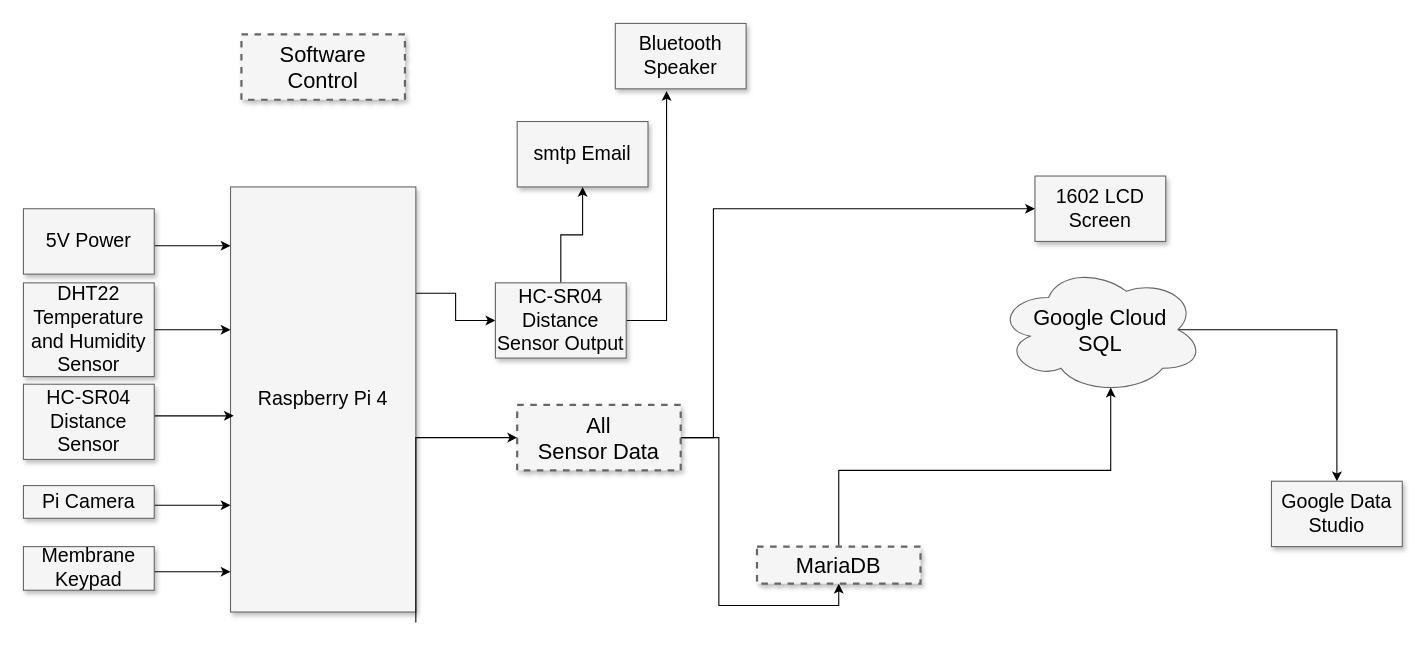
The draw.io diagram P1_Alarm_Block.drawio in Michael-Q-Ly/EE4201_IoT_Alarm_Clock, before the edit. Source tidied: cells renumbered, new cells numbered last; positions are measured from the earlier drawing's top-left corner, leaving out a move shared by most shapes. Both pictures are drawn from the tidied source at 109%, with x=0, y=0 at pixel (23, 23).
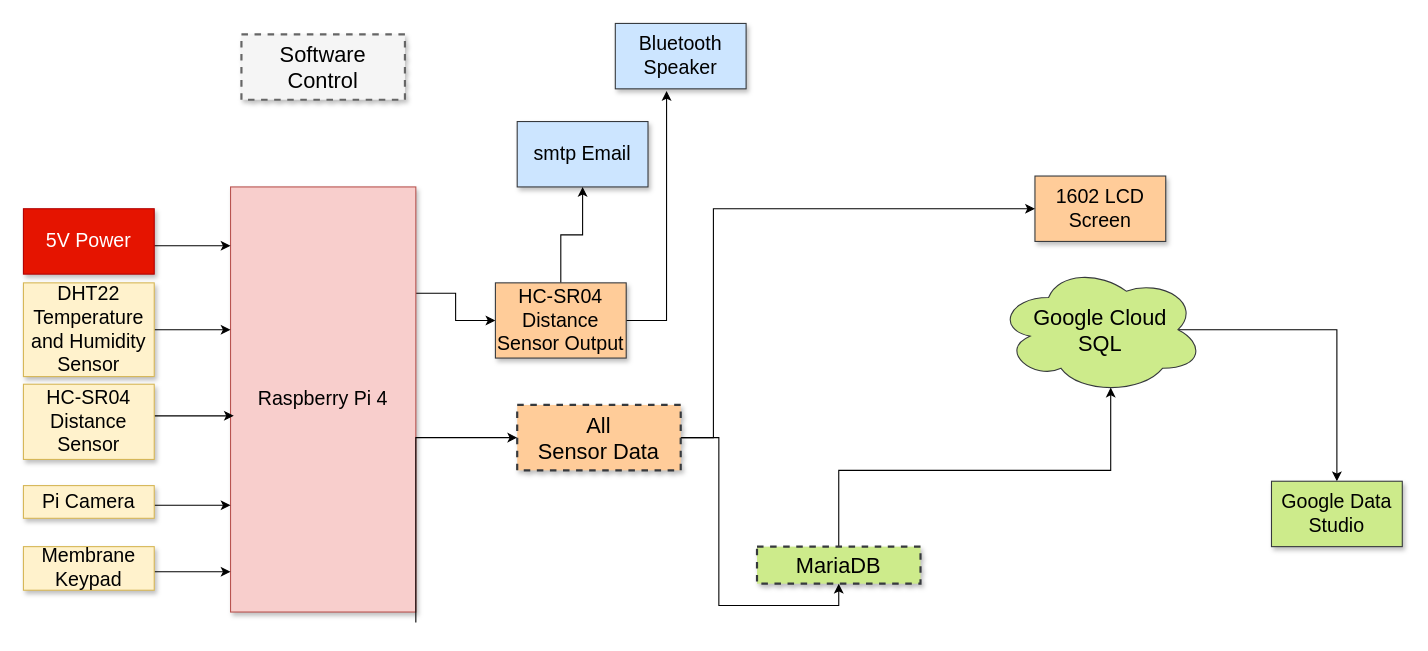
The same diagram, later.

Diff of the diagram source:
```diff
@@
-    <mxCell id="4" value="&lt;div&gt;Raspberry Pi 4&lt;/div&gt;" style="whiteSpace=wrap;html=1;shadow=1;fontSize=18;fillColor=#f5f5f5;strokeColor=#666666;" parent="1" vertex="1">
+    <mxCell id="4" value="&lt;div&gt;Raspberry Pi 4&lt;/div&gt;" style="whiteSpace=wrap;html=1;shadow=1;fontSize=18;fillColor=#f8cecc;strokeColor=#b85450;" parent="1" vertex="1">
       <mxGeometry x="190" y="150" width="170" height="390" as="geometry" />
     </mxCell>
-    <mxCell id="5" value="1602 LCD Screen" style="whiteSpace=wrap;html=1;shadow=1;fontSize=18;fillColor=#f5f5f5;strokeColor=#666666;" parent="1" vertex="1">
+    <mxCell id="5" value="1602 LCD Screen" style="whiteSpace=wrap;html=1;shadow=1;fontSize=18;fillColor=#ffcc99;strokeColor=#36393d;" parent="1" vertex="1">
       <mxGeometry x="928" y="140" width="120" height="60" as="geometry" />
     </mxCell>
-    <mxCell id="6" value="smtp Email" style="whiteSpace=wrap;html=1;shadow=1;fontSize=18;fillColor=#f5f5f5;strokeColor=#666666;" parent="1" vertex="1">
+    <mxCell id="6" value="smtp Email" style="whiteSpace=wrap;html=1;shadow=1;fontSize=18;fillColor=#cce5ff;strokeColor=#36393d;" parent="1" vertex="1">
       <mxGeometry x="453" y="90" width="120" height="60" as="geometry" />
     </mxCell>
-    <mxCell id="7" value="Bluetooth Speaker" style="whiteSpace=wrap;html=1;shadow=1;fontSize=18;fillColor=#f5f5f5;strokeColor=#666666;" parent="1" vertex="1">
+    <mxCell id="7" value="Bluetooth Speaker" style="whiteSpace=wrap;html=1;shadow=1;fontSize=18;fillColor=#cce5ff;strokeColor=#36393d;" parent="1" vertex="1">
       <mxGeometry x="543" width="120" height="60" as="geometry" />
     </mxCell>
@@
-    <mxCell id="9" value="5V Power" style="whiteSpace=wrap;html=1;shadow=1;fontSize=18;fillColor=#f5f5f5;strokeColor=#666666;" parent="1" vertex="1">
+    <mxCell id="9" value="5V Power" style="whiteSpace=wrap;html=1;shadow=1;fontSize=18;fillColor=#e51400;strokeColor=#B20000;fontColor=#ffffff;" parent="1" vertex="1">
       <mxGeometry y="170" width="120" height="60" as="geometry" />
     </mxCell>
@@
-    <mxCell id="11" value="DHT22 Temperature and Humidity Sensor" style="whiteSpace=wrap;html=1;shadow=1;fontSize=18;fillColor=#f5f5f5;strokeColor=#666666;" parent="1" vertex="1">
+    <mxCell id="11" value="DHT22 Temperature and Humidity Sensor" style="whiteSpace=wrap;html=1;shadow=1;fontSize=18;fillColor=#fff2cc;strokeColor=#d6b656;" parent="1" vertex="1">
       <mxGeometry y="238" width="120" height="86" as="geometry" />
     </mxCell>
@@
-    <mxCell id="13" value="HC-SR04 Distance Sensor" style="whiteSpace=wrap;html=1;shadow=1;fontSize=18;fillColor=#f5f5f5;strokeColor=#666666;" parent="1" vertex="1">
+    <mxCell id="13" value="HC-SR04 Distance Sensor" style="whiteSpace=wrap;html=1;shadow=1;fontSize=18;fillColor=#fff2cc;strokeColor=#d6b656;" parent="1" vertex="1">
       <mxGeometry y="331" width="120" height="69" as="geometry" />
     </mxCell>
@@
-    <mxCell id="15" value="Pi Camera" style="whiteSpace=wrap;html=1;shadow=1;fontSize=18;fillColor=#f5f5f5;strokeColor=#666666;" parent="1" vertex="1">
+    <mxCell id="15" value="Pi Camera" style="whiteSpace=wrap;html=1;shadow=1;fontSize=18;fillColor=#fff2cc;strokeColor=#d6b656;" parent="1" vertex="1">
       <mxGeometry y="424" width="120" height="30" as="geometry" />
     </mxCell>
@@
-    <mxCell id="17" value="Membrane Keypad" style="whiteSpace=wrap;html=1;shadow=1;fontSize=18;fillColor=#f5f5f5;strokeColor=#666666;" parent="1" vertex="1">
+    <mxCell id="17" value="Membrane Keypad" style="whiteSpace=wrap;html=1;shadow=1;fontSize=18;fillColor=#fff2cc;strokeColor=#d6b656;" parent="1" vertex="1">
       <mxGeometry y="480" width="120" height="40" as="geometry" />
     </mxCell>
@@
-    <mxCell id="19" value="MariaDB" style="whiteSpace=wrap;html=1;shadow=1;fontSize=20;fillColor=#f5f5f5;strokeColor=#666666;strokeWidth=2;dashed=1;" parent="1" vertex="1">
+    <mxCell id="19" value="MariaDB" style="whiteSpace=wrap;html=1;shadow=1;fontSize=20;fillColor=#cdeb8b;strokeColor=#36393d;strokeWidth=2;dashed=1;" parent="1" vertex="1">
       <mxGeometry x="673" y="480" width="150" height="34" as="geometry" />
     </mxCell>
@@
-    <mxCell id="21" value="&lt;div style=&quot;font-size: 20px&quot;&gt;&lt;font style=&quot;font-size: 20px&quot;&gt;Google Cloud&lt;/font&gt;&lt;/div&gt;&lt;div style=&quot;font-size: 20px&quot;&gt;&lt;font style=&quot;font-size: 20px&quot;&gt;SQL&lt;/font&gt;&lt;/div&gt;" style="ellipse;shape=cloud;whiteSpace=wrap;html=1;strokeColor=#666666;fillColor=#F5F5F5;" parent="1" vertex="1">
+    <mxCell id="21" value="&lt;div style=&quot;font-size: 20px&quot;&gt;&lt;font style=&quot;font-size: 20px&quot;&gt;Google Cloud&lt;/font&gt;&lt;/div&gt;&lt;div style=&quot;font-size: 20px&quot;&gt;&lt;font style=&quot;font-size: 20px&quot;&gt;SQL&lt;/font&gt;&lt;/div&gt;" style="ellipse;shape=cloud;whiteSpace=wrap;html=1;strokeColor=#36393d;fillColor=#cdeb8b;" parent="1" vertex="1">
       <mxGeometry x="893" y="222" width="190" height="118" as="geometry" />
     </mxCell>
@@
-    <mxCell id="24" value="All&lt;br&gt;Sensor Data" style="whiteSpace=wrap;html=1;shadow=1;fontSize=20;fillColor=#f5f5f5;strokeColor=#666666;strokeWidth=2;dashed=1;" parent="1" vertex="1">
+    <mxCell id="24" value="All&lt;br&gt;Sensor Data" style="whiteSpace=wrap;html=1;shadow=1;fontSize=20;fillColor=#ffcc99;strokeColor=#36393d;strokeWidth=2;dashed=1;" parent="1" vertex="1">
       <mxGeometry x="453" y="350" width="150" height="60" as="geometry" />
     </mxCell>
@@
-    <mxCell id="28" value="HC-SR04 Distance Sensor Output" style="whiteSpace=wrap;html=1;shadow=1;fontSize=18;fillColor=#f5f5f5;strokeColor=#666666;" parent="1" vertex="1">
+    <mxCell id="28" value="HC-SR04 Distance Sensor Output" style="whiteSpace=wrap;html=1;shadow=1;fontSize=18;fillColor=#ffcc99;strokeColor=#36393d;" parent="1" vertex="1">
       <mxGeometry x="433" y="238" width="120" height="69" as="geometry" />
     </mxCell>
-    <mxCell id="29" value="Google Data Studio" style="whiteSpace=wrap;html=1;shadow=1;fontSize=18;fillColor=#f5f5f5;strokeColor=#666666;" parent="1" vertex="1">
+    <mxCell id="29" value="Google Data Studio" style="whiteSpace=wrap;html=1;shadow=1;fontSize=18;fillColor=#cdeb8b;strokeColor=#36393d;" parent="1" vertex="1">
       <mxGeometry x="1145" y="420" width="120" height="60" as="geometry" />
     </mxCell>
```
